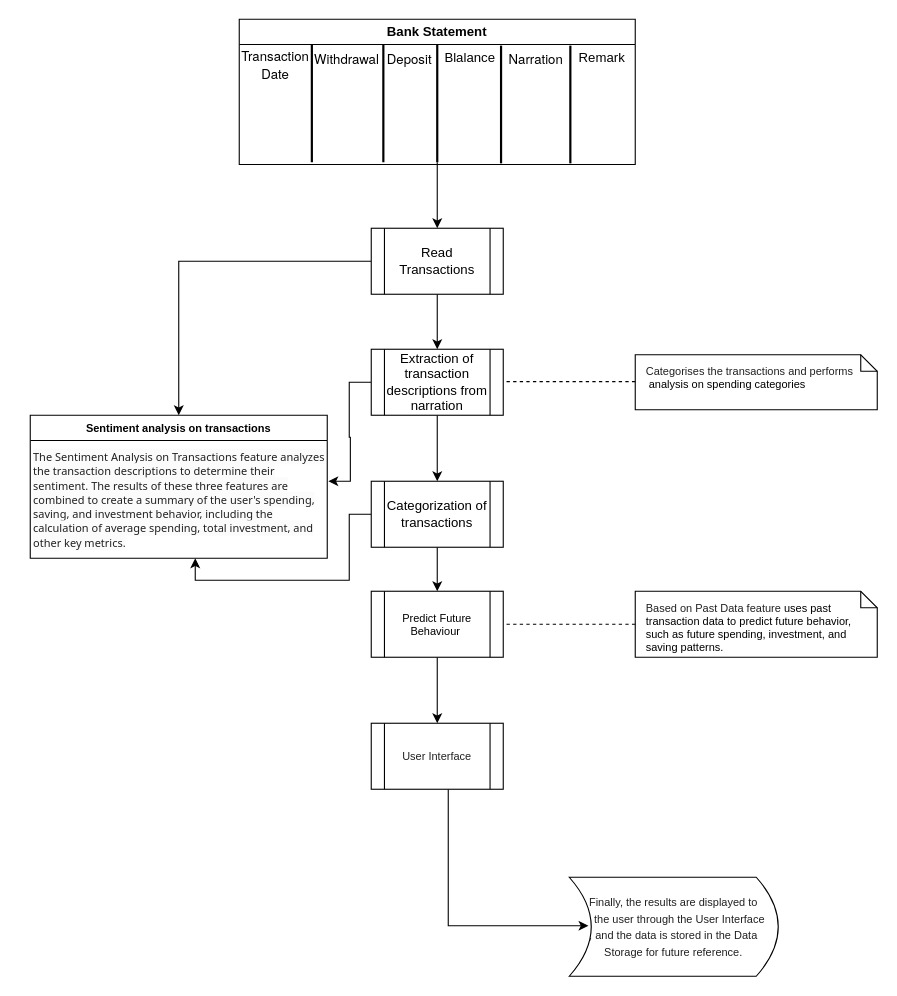
Before: Untitled Diagram.drawio in Richaansh-bot/BankGenie, a draw.io diagram. Source tidied: cells renumbered, new cells numbered last; positions are measured from the earlier drawing's top-left corner, leaving out a move shared by most shapes. Both pictures are drawn from the tidied source at 110%, with x=0, y=0 at pixel (30, 19).
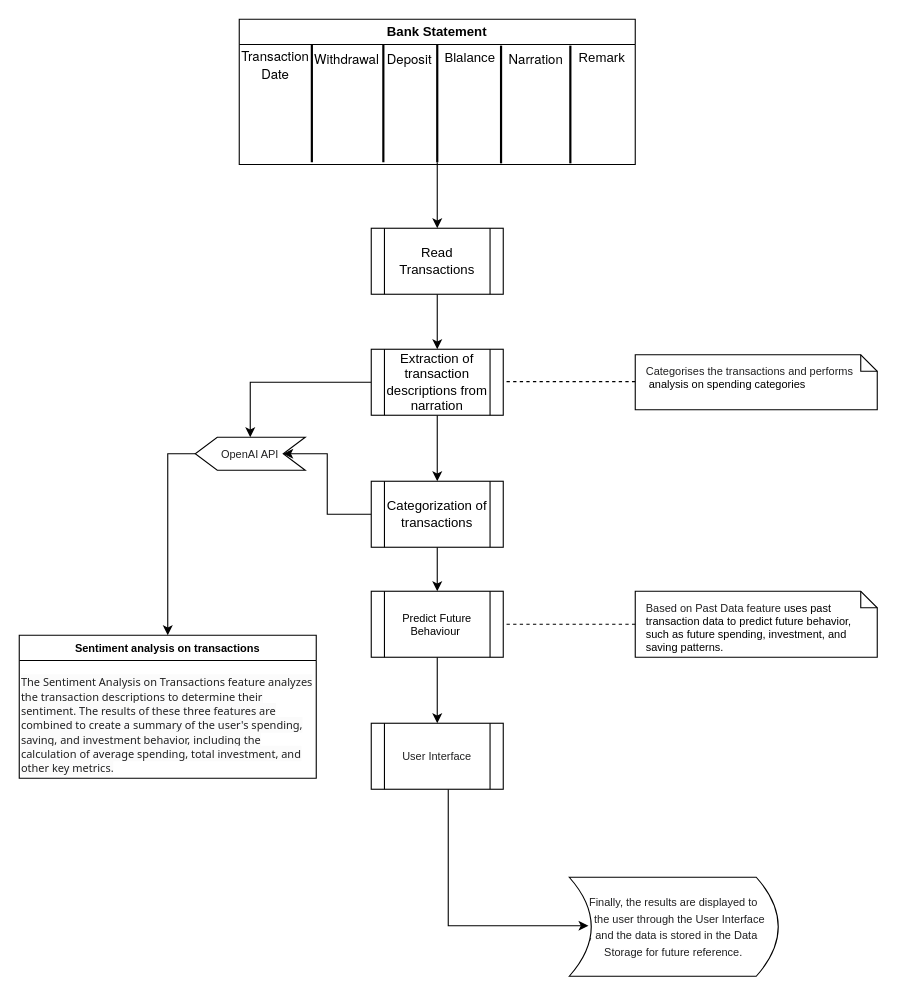
Above is the later version.

The change refers to these unchanged cells:
```xml
<mxCell id="16" value="Read Transactions" style="shape=process;whiteSpace=wrap;html=1;backgroundOutline=1;fontSize=12;" parent="1" vertex="1">
  <mxGeometry x="310" y="190" width="120" height="60" as="geometry" />
</mxCell>
<mxCell id="19" value="Extraction of transaction descriptions from narration" style="shape=process;whiteSpace=wrap;html=1;backgroundOutline=1;fontSize=12;" parent="1" vertex="1">
  <mxGeometry x="310" y="300" width="120" height="60" as="geometry" />
</mxCell>
<mxCell id="22" value="Categorization of transactions" style="shape=process;whiteSpace=wrap;html=1;backgroundOutline=1;fontSize=12;" parent="1" vertex="1">
  <mxGeometry x="310" y="420" width="120" height="60" as="geometry" />
</mxCell>
```

Change to the diagram source:
```diff
@@
-    <mxCell id="15" style="edgeStyle=orthogonalEdgeStyle;rounded=0;jettySize=auto;html=1;entryX=0.5;entryY=0;entryDx=0;entryDy=0;fontSize=10;fontColor=#202021;" parent="1" edge="1" source="16" target="26">
-      <mxGeometry relative="1" as="geometry" />
-    </mxCell>
@@
-    <mxCell id="18" style="edgeStyle=orthogonalEdgeStyle;rounded=0;jettySize=auto;html=1;entryX=1;entryY=0.5;entryDx=0;entryDy=0;fontSize=10;fontColor=#202021;" parent="1" edge="1" source="19" target="27">
-      <mxGeometry relative="1" as="geometry" />
-    </mxCell>
+    <mxCell id="35" style="edgeStyle=orthogonalEdgeStyle;rounded=0;jettySize=auto;html=1;fontSize=10;fontColor=#202021;" parent="1" edge="1" source="19" target="38">
+      <mxGeometry relative="1" as="geometry" />
+    </mxCell>
@@
-    <mxCell id="21" style="edgeStyle=orthogonalEdgeStyle;rounded=0;jettySize=auto;html=1;fontSize=10;fontColor=#202021;" parent="1" edge="1" source="22">
-      <mxGeometry relative="1" as="geometry">
-        <mxPoint x="150" y="490" as="targetPoint" />
-        <Array as="points">
-          <mxPoint x="290" y="450" />
-          <mxPoint x="290" y="510" />
-          <mxPoint x="150" y="510" />
-        </Array>
-      </mxGeometry>
-    </mxCell>
+    <mxCell id="36" style="edgeStyle=orthogonalEdgeStyle;rounded=0;jettySize=auto;html=1;fontSize=10;fontColor=#202021;entryX=0;entryY=0.5;entryDx=0;entryDy=0;" parent="1" edge="1" source="22" target="38">
+      <mxGeometry relative="1" as="geometry">
+        <Array as="points">
+          <mxPoint x="270" y="450" />
+          <mxPoint x="270" y="395" />
+        </Array>
+      </mxGeometry>
+    </mxCell>
@@
     <mxCell id="26" value="Sentiment analysis on transactions" style="swimlane;whiteSpace=wrap;html=1;fontSize=10;" parent="1" vertex="1">
-      <mxGeometry y="360" width="270" height="130" as="geometry" />
+      <mxGeometry x="-10" y="560" width="270" height="130" as="geometry" />
     </mxCell>
     <mxCell id="27" value="&lt;span style=&quot;caret-color: rgb(32, 32, 33); color: rgb(32, 32, 33); font-family: Söhne, ui-sans-serif, system-ui, -apple-system, &amp;quot;Segoe UI&amp;quot;, Roboto, Ubuntu, Cantarell, &amp;quot;Noto Sans&amp;quot;, sans-serif, &amp;quot;Helvetica Neue&amp;quot;, Arial, &amp;quot;Apple Color Emoji&amp;quot;, &amp;quot;Segoe UI Emoji&amp;quot;, &amp;quot;Segoe UI Symbol&amp;quot;, &amp;quot;Noto Color Emoji&amp;quot;; font-size: 10px; font-style: normal; font-variant-caps: normal; font-weight: 400; letter-spacing: normal; orphans: 2; text-align: start; text-indent: 0px; text-transform: none; widows: 2; word-spacing: 0px; -webkit-text-stroke-width: 0px; background-color: rgb(251, 251, 251); text-decoration: none; float: none; display: inline !important;&quot;&gt;The Sentiment Analysis on Transactions feature analyzes the transaction descriptions to determine their sentiment. The results of these three features are combined to create a summary of the user's spending, saving, and investment behavior, including the calculation of average spending, total investment, and other key metrics.&lt;/span&gt;" style="text;whiteSpace=wrap;html=1;fontSize=10;fontColor=#202021;" parent="26" vertex="1">
-      <mxGeometry x="1" y="25" width="270" height="70" as="geometry" />
+      <mxGeometry y="30" width="270" height="70" as="geometry" />
     </mxCell>
@@
+    <mxCell id="37" style="edgeStyle=orthogonalEdgeStyle;rounded=0;jettySize=auto;html=1;fontSize=10;fontColor=#202021;entryX=0.5;entryY=0;entryDx=0;entryDy=0;" parent="1" edge="1" source="38" target="26">
+      <mxGeometry relative="1" as="geometry">
+        <Array as="points">
+          <mxPoint x="125" y="395" />
+        </Array>
+      </mxGeometry>
+    </mxCell>
+    <mxCell id="38" value="OpenAI API" style="shape=step;perimeter=stepPerimeter;whiteSpace=wrap;html=1;fixedSize=1;labelBackgroundColor=none;fontSize=10;fontColor=#202021;direction=west;" parent="1" vertex="1">
+      <mxGeometry x="150" y="380" width="100" height="30" as="geometry" />
+    </mxCell>
```
